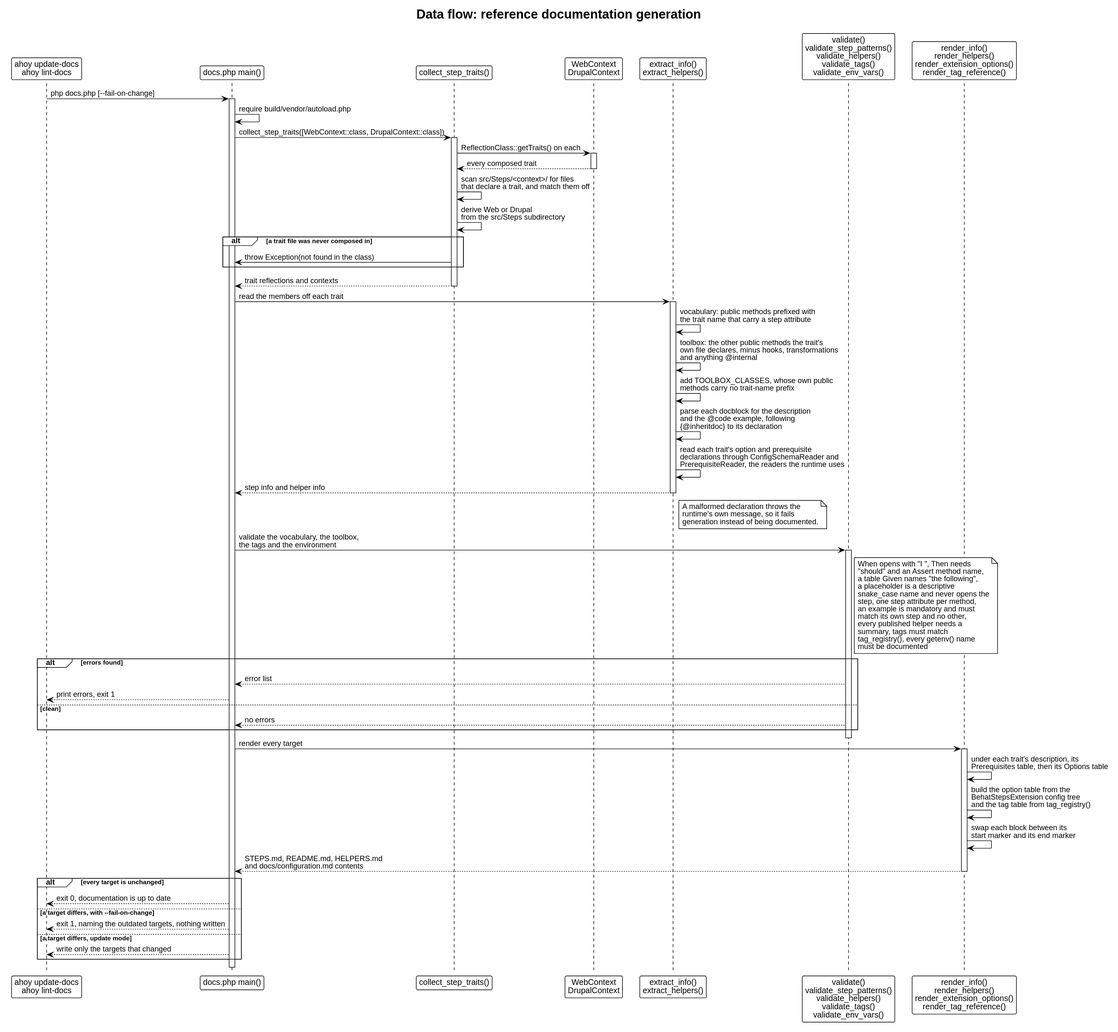
Above: docs/architecture/dataflow-docs.svg in drevops/behat-steps (PlantUML), before the change.
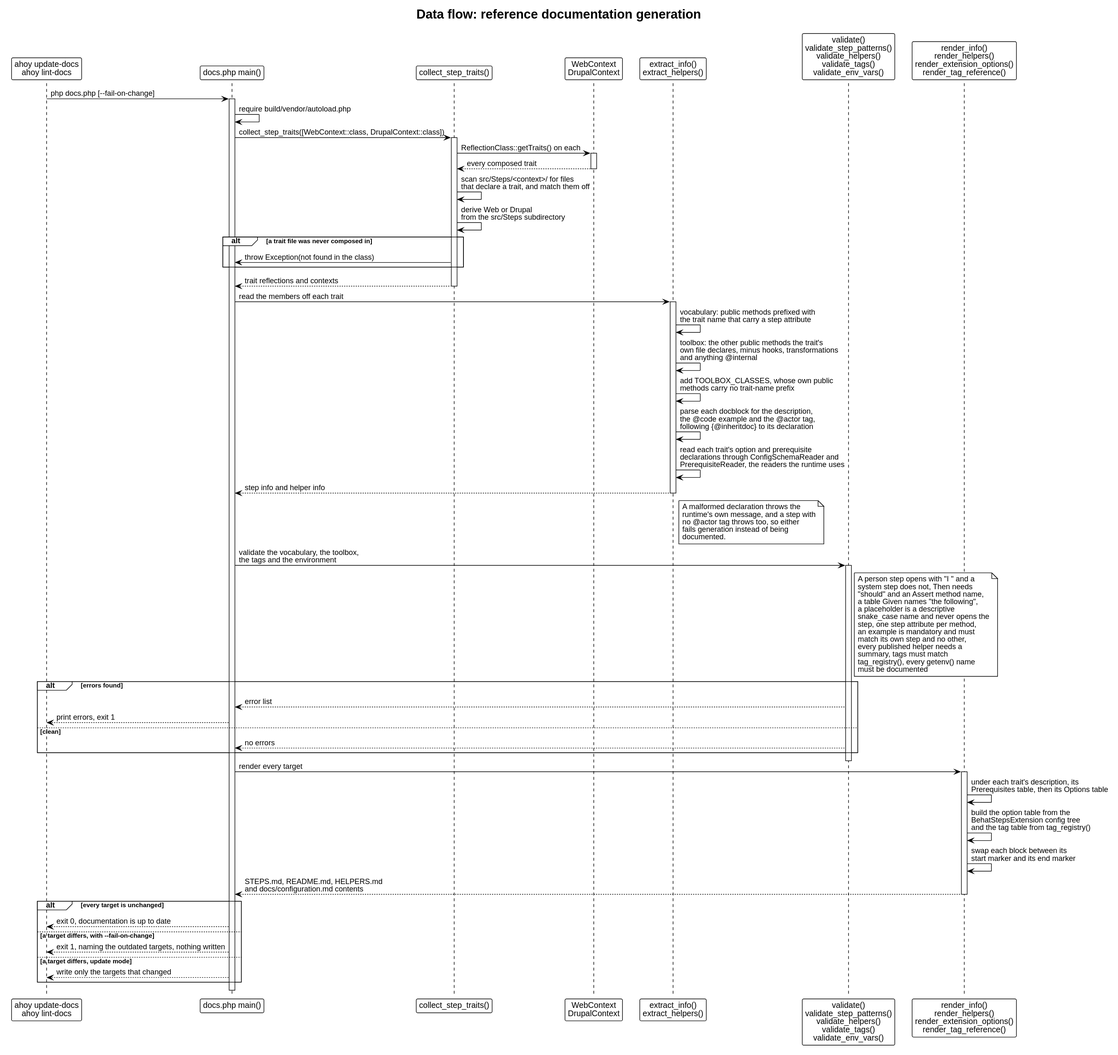
Later version of the same file.

The edit, as a diff of the source:
```diff
@@ -37,20 +37,23 @@
 Extract -> Extract: vocabulary: public methods prefixed with\nthe trait name that carry a step attribute
 Extract -> Extract: toolbox: the other public methods the trait's\nown file declares, minus hooks, transformations\nand anything @internal
 Extract -> Extract: add TOOLBOX_CLASSES, whose own public\nmethods carry no trait-name prefix
-Extract -> Extract: parse each docblock for the description\nand the @code example, following\n{@inheritdoc} to its declaration
+Extract -> Extract: parse each docblock for the description,\nthe @code example and the @actor tag,\nfollowing {@inheritdoc} to its declaration
 Extract -> Extract: read each trait's option and prerequisite\ndeclarations through ConfigSchemaReader and\nPrerequisiteReader, the readers the runtime uses
 Extract --> Main: step info and helper info
 note right of Extract
   A malformed declaration throws the
-  runtime's own message, so it fails
-  generation instead of being documented.
+  runtime's own message, and a step with
+  no @actor tag throws too, so either
+  fails generation instead of being
+  documented.
 end note
 deactivate Extract
 
 Main -> Validate: validate the vocabulary, the toolbox,\nthe tags and the environment
 activate Validate
 note right of Validate
-  When opens with "I ", Then needs
+  A person step opens with "I " and a
+  system step does not, Then needs
   "should" and an Assert method name,
   a table Given names "the following",
   a placeholder is a descriptive
```
